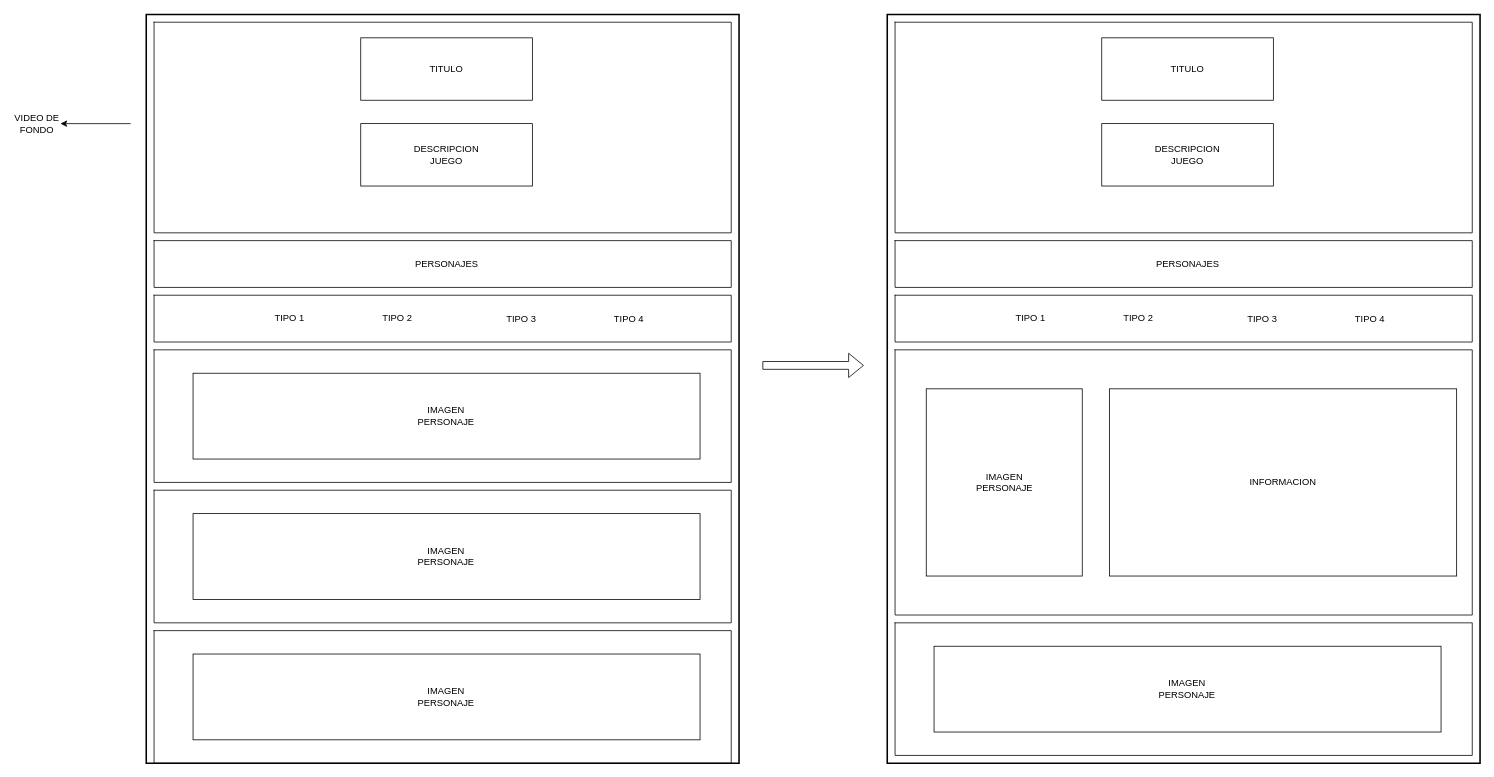
Above: Planning/planning.drawio in JershonEspitia/ProjectPageApex (draw.io), before the change. Source tidied: cells renumbered, new cells numbered last; positions are measured from the earlier drawing's top-left corner, leaving out a move shared by most shapes. Both pictures are drawn from the tidied source at 78%, with x=0, y=0 at pixel (13, 14).
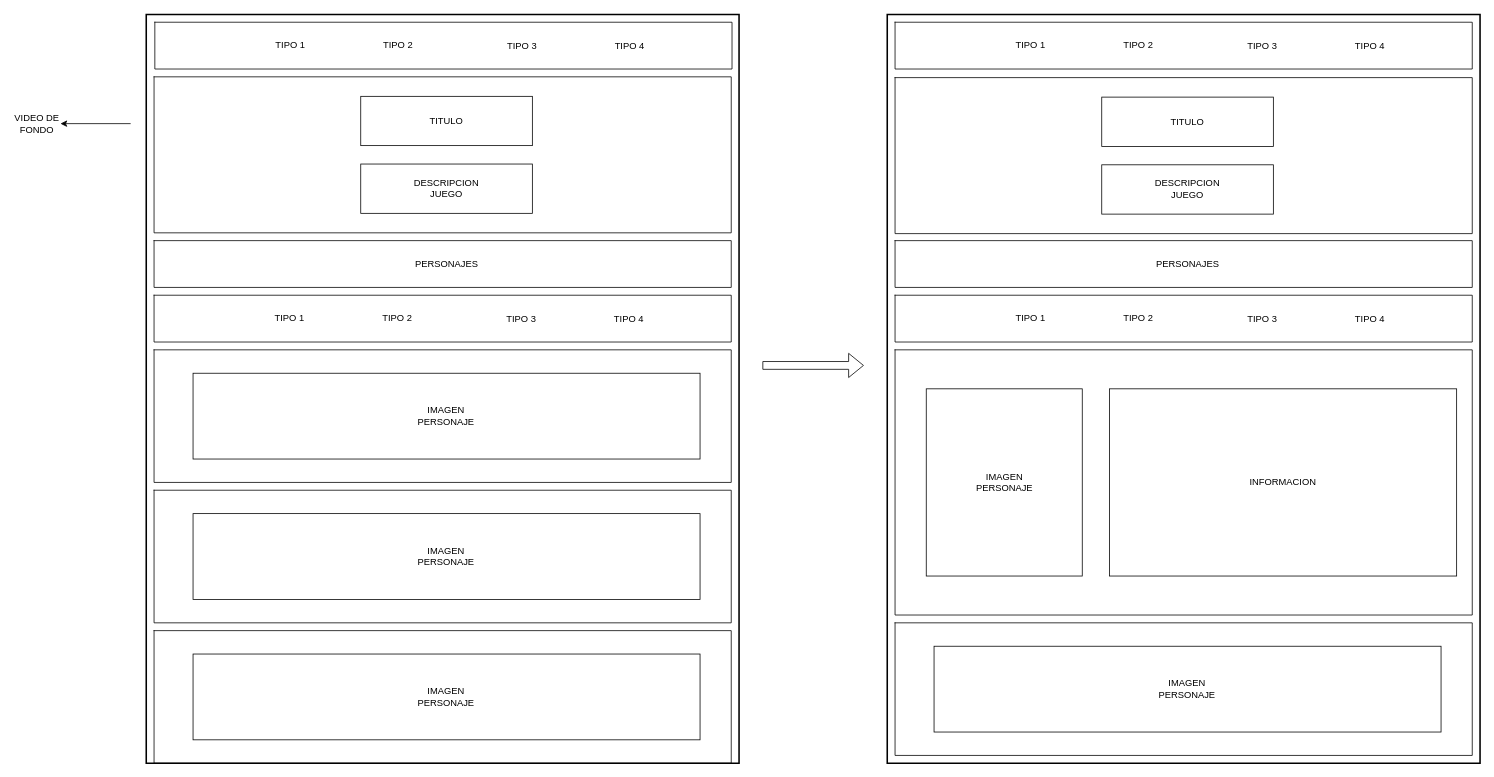
The same diagram, later.

Diff of the diagram source:
```diff
@@
     <mxCell id="5" style="shape=table;startSize=0;childLayout=tableLayout;rounded=0;strokeColor=default;strokeWidth=1;fillColor=none;" parent="1" vertex="1">
-      <mxGeometry x="180" y="10" width="740" height="270" as="geometry" />
+      <mxGeometry x="180" y="80" width="740" height="200" as="geometry" />
     </mxCell>
     <mxCell id="6" style="shape=tableRow;horizontal=0;startSize=0;swimlaneHead=0;swimlaneBody=0;top=0;left=0;bottom=0;right=0;fillColor=none;rounded=0;strokeColor=default;strokeWidth=2;" parent="5" vertex="1">
-      <mxGeometry width="740" height="270" as="geometry" />
+      <mxGeometry width="740" height="200" as="geometry" />
     </mxCell>
     <mxCell id="7" style="shape=partialRectangle;html=1;whiteSpace=wrap;overflow=hidden;fillColor=none;top=0;left=0;bottom=0;right=0;rounded=0;strokeColor=default;strokeWidth=2;" parent="6" vertex="1">
-      <mxGeometry width="740" height="270" as="geometry" />
+      <mxGeometry width="740" height="200" as="geometry" />
     </mxCell>
     <mxCell id="8" style="group;" parent="1" vertex="1">
-      <mxGeometry x="445" y="30" width="220" height="190" as="geometry" />
+      <mxGeometry x="445" y="105" width="220" height="150" as="geometry" />
     </mxCell>
     <mxCell id="9" style="group;" parent="8" vertex="1">
-      <mxGeometry width="220" height="80" as="geometry" />
+      <mxGeometry width="220" height="63.2" as="geometry" />
     </mxCell>
     <mxCell id="10" style="rounded=0;whiteSpace=wrap;html=1;fillColor=none;" parent="9" vertex="1">
-      <mxGeometry width="220" height="80" as="geometry" />
+      <mxGeometry width="220" height="63.2" as="geometry" />
     </mxCell>
     <mxCell id="11" value="TITULO" style="text;html=1;strokeColor=none;fillColor=none;align=center;verticalAlign=middle;whiteSpace=wrap;rounded=0;" parent="9" vertex="1">
-      <mxGeometry x="80" y="25" width="60" height="30" as="geometry" />
+      <mxGeometry x="80" y="19.7" width="60" height="23.7" as="geometry" />
     </mxCell>
     <mxCell id="12" style="group;" parent="8" vertex="1">
-      <mxGeometry y="110" width="220" height="80" as="geometry" />
+      <mxGeometry y="86.8" width="220" height="63.2" as="geometry" />
     </mxCell>
     <mxCell id="13" style="rounded=0;whiteSpace=wrap;html=1;fillColor=none;" parent="12" vertex="1">
-      <mxGeometry width="220" height="80" as="geometry" />
+      <mxGeometry width="220" height="63.2" as="geometry" />
     </mxCell>
     <mxCell id="14" value="DESCRIPCION JUEGO" style="text;html=1;strokeColor=none;fillColor=none;align=center;verticalAlign=middle;whiteSpace=wrap;rounded=0;" parent="12" vertex="1">
-      <mxGeometry x="80" y="25" width="60" height="30" as="geometry" />
+      <mxGeometry x="80" y="19.7" width="60" height="23.7" as="geometry" />
     </mxCell>
@@
-    <mxCell id="21" style="shape=table;startSize=0;childLayout=tableLayout;rounded=0;strokeColor=default;strokeWidth=1;fillColor=none;" parent="1" vertex="1">
-      <mxGeometry x="180" y="360" width="740" height="60" as="geometry" />
-    </mxCell>
-    <mxCell id="22" style="shape=tableRow;horizontal=0;startSize=0;swimlaneHead=0;swimlaneBody=0;top=0;left=0;bottom=0;right=0;fillColor=none;rounded=0;strokeColor=default;strokeWidth=2;" parent="21" vertex="1">
-      <mxGeometry width="740" height="60" as="geometry" />
-    </mxCell>
-    <mxCell id="23" style="shape=partialRectangle;html=1;whiteSpace=wrap;overflow=hidden;fillColor=none;top=0;left=0;bottom=0;right=0;rounded=0;strokeColor=default;strokeWidth=2;" parent="22" vertex="1">
-      <mxGeometry width="740" height="60" as="geometry" />
-    </mxCell>
-    <mxCell id="24" value="TIPO 1" style="text;html=1;strokeColor=none;fillColor=none;align=center;verticalAlign=middle;whiteSpace=wrap;rounded=0;" parent="1" vertex="1">
-      <mxGeometry x="293" y="375" width="122" height="30" as="geometry" />
-    </mxCell>
-    <mxCell id="25" value="TIPO 2" style="text;html=1;strokeColor=none;fillColor=none;align=center;verticalAlign=middle;whiteSpace=wrap;rounded=0;" parent="1" vertex="1">
-      <mxGeometry x="431" y="375" width="122" height="30" as="geometry" />
-    </mxCell>
-    <mxCell id="26" value="TIPO 4" style="text;html=1;strokeColor=none;fillColor=none;align=center;verticalAlign=middle;whiteSpace=wrap;rounded=0;" parent="1" vertex="1">
-      <mxGeometry x="728" y="376" width="122" height="30" as="geometry" />
-    </mxCell>
-    <mxCell id="27" value="TIPO 3" style="text;html=1;strokeColor=none;fillColor=none;align=center;verticalAlign=middle;whiteSpace=wrap;rounded=0;" parent="1" vertex="1">
-      <mxGeometry x="590" y="376" width="122" height="30" as="geometry" />
-    </mxCell>
@@
-    <mxCell id="31" style="shape=table;startSize=0;childLayout=tableLayout;rounded=0;strokeColor=default;strokeWidth=1;fillColor=none;" parent="1" vertex="1">
-      <mxGeometry x="1130" y="10" width="740" height="270" as="geometry" />
-    </mxCell>
-    <mxCell id="32" style="shape=tableRow;horizontal=0;startSize=0;swimlaneHead=0;swimlaneBody=0;top=0;left=0;bottom=0;right=0;fillColor=none;rounded=0;strokeColor=default;strokeWidth=2;" parent="31" vertex="1">
-      <mxGeometry width="740" height="270" as="geometry" />
-    </mxCell>
-    <mxCell id="33" style="shape=partialRectangle;html=1;whiteSpace=wrap;overflow=hidden;fillColor=none;top=0;left=0;bottom=0;right=0;rounded=0;strokeColor=default;strokeWidth=2;" parent="32" vertex="1">
-      <mxGeometry width="740" height="270" as="geometry" />
-    </mxCell>
-    <mxCell id="34" style="group;" parent="1" vertex="1">
-      <mxGeometry x="1395" y="30" width="220" height="190" as="geometry" />
-    </mxCell>
-    <mxCell id="35" style="group;" parent="34" vertex="1">
-      <mxGeometry width="220" height="80" as="geometry" />
-    </mxCell>
-    <mxCell id="36" style="rounded=0;whiteSpace=wrap;html=1;fillColor=none;" parent="35" vertex="1">
-      <mxGeometry width="220" height="80" as="geometry" />
-    </mxCell>
-    <mxCell id="37" value="TITULO" style="text;html=1;strokeColor=none;fillColor=none;align=center;verticalAlign=middle;whiteSpace=wrap;rounded=0;" parent="35" vertex="1">
-      <mxGeometry x="80" y="25" width="60" height="30" as="geometry" />
-    </mxCell>
-    <mxCell id="38" style="group;" parent="34" vertex="1">
-      <mxGeometry y="110" width="220" height="80" as="geometry" />
-    </mxCell>
-    <mxCell id="39" style="rounded=0;whiteSpace=wrap;html=1;fillColor=none;" parent="38" vertex="1">
-      <mxGeometry width="220" height="80" as="geometry" />
-    </mxCell>
-    <mxCell id="40" value="DESCRIPCION JUEGO" style="text;html=1;strokeColor=none;fillColor=none;align=center;verticalAlign=middle;whiteSpace=wrap;rounded=0;" parent="38" vertex="1">
-      <mxGeometry x="80" y="25" width="60" height="30" as="geometry" />
-    </mxCell>
@@
+    <mxCell id="90" style="shape=table;startSize=0;childLayout=tableLayout;rounded=0;strokeColor=default;strokeWidth=1;fillColor=none;" parent="1" vertex="1">
+      <mxGeometry x="1130" y="81" width="740" height="200" as="geometry" />
+    </mxCell>
+    <mxCell id="91" style="shape=tableRow;horizontal=0;startSize=0;swimlaneHead=0;swimlaneBody=0;top=0;left=0;bottom=0;right=0;fillColor=none;rounded=0;strokeColor=default;strokeWidth=2;" parent="90" vertex="1">
+      <mxGeometry width="740" height="200" as="geometry" />
+    </mxCell>
+    <mxCell id="92" style="shape=partialRectangle;html=1;whiteSpace=wrap;overflow=hidden;fillColor=none;top=0;left=0;bottom=0;right=0;rounded=0;strokeColor=default;strokeWidth=2;" parent="91" vertex="1">
+      <mxGeometry width="740" height="200" as="geometry" />
+    </mxCell>
+    <mxCell id="93" style="group;" parent="1" vertex="1">
+      <mxGeometry x="1395" y="106" width="220" height="150" as="geometry" />
+    </mxCell>
+    <mxCell id="94" style="group;" parent="93" vertex="1">
+      <mxGeometry width="220" height="63.2" as="geometry" />
+    </mxCell>
+    <mxCell id="95" style="rounded=0;whiteSpace=wrap;html=1;fillColor=none;" parent="94" vertex="1">
+      <mxGeometry width="220" height="63.2" as="geometry" />
+    </mxCell>
+    <mxCell id="37" value="TITULO" style="text;html=1;strokeColor=none;fillColor=none;align=center;verticalAlign=middle;whiteSpace=wrap;rounded=0;" parent="94" vertex="1">
+      <mxGeometry x="80" y="19.7" width="60" height="23.7" as="geometry" />
+    </mxCell>
+    <mxCell id="96" style="group;" parent="93" vertex="1">
+      <mxGeometry y="86.8" width="220" height="63.2" as="geometry" />
+    </mxCell>
+    <mxCell id="97" style="rounded=0;whiteSpace=wrap;html=1;fillColor=none;" parent="96" vertex="1">
+      <mxGeometry width="220" height="63.2" as="geometry" />
+    </mxCell>
+    <mxCell id="40" value="DESCRIPCION JUEGO" style="text;html=1;strokeColor=none;fillColor=none;align=center;verticalAlign=middle;whiteSpace=wrap;rounded=0;" parent="96" vertex="1">
+      <mxGeometry x="80" y="19.7" width="60" height="23.7" as="geometry" />
+    </mxCell>
+    <mxCell id="98" style="group;" parent="1" vertex="1">
+      <mxGeometry x="180" y="360" width="740" height="60" as="geometry" />
+    </mxCell>
+    <mxCell id="21" style="shape=table;startSize=0;childLayout=tableLayout;rounded=0;strokeColor=default;strokeWidth=1;fillColor=none;" parent="98" vertex="1">
+      <mxGeometry width="740" height="60" as="geometry" />
+    </mxCell>
+    <mxCell id="22" style="shape=tableRow;horizontal=0;startSize=0;swimlaneHead=0;swimlaneBody=0;top=0;left=0;bottom=0;right=0;fillColor=none;rounded=0;strokeColor=default;strokeWidth=2;" parent="21" vertex="1">
+      <mxGeometry width="740" height="60" as="geometry" />
+    </mxCell>
+    <mxCell id="23" style="shape=partialRectangle;html=1;whiteSpace=wrap;overflow=hidden;fillColor=none;top=0;left=0;bottom=0;right=0;rounded=0;strokeColor=default;strokeWidth=2;" parent="22" vertex="1">
+      <mxGeometry width="740" height="60" as="geometry" />
+    </mxCell>
+    <mxCell id="99" style="group;" parent="98" vertex="1">
+      <mxGeometry x="113" y="15" width="557" height="31" as="geometry" />
+    </mxCell>
+    <mxCell id="24" value="TIPO 1" style="text;html=1;strokeColor=none;fillColor=none;align=center;verticalAlign=middle;whiteSpace=wrap;rounded=0;" parent="99" vertex="1">
+      <mxGeometry width="122" height="30" as="geometry" />
+    </mxCell>
+    <mxCell id="25" value="TIPO 2" style="text;html=1;strokeColor=none;fillColor=none;align=center;verticalAlign=middle;whiteSpace=wrap;rounded=0;" parent="99" vertex="1">
+      <mxGeometry x="138" width="122" height="30" as="geometry" />
+    </mxCell>
+    <mxCell id="26" value="TIPO 4" style="text;html=1;strokeColor=none;fillColor=none;align=center;verticalAlign=middle;whiteSpace=wrap;rounded=0;" parent="99" vertex="1">
+      <mxGeometry x="435" y="1" width="122" height="30" as="geometry" />
+    </mxCell>
+    <mxCell id="27" value="TIPO 3" style="text;html=1;strokeColor=none;fillColor=none;align=center;verticalAlign=middle;whiteSpace=wrap;rounded=0;" parent="99" vertex="1">
+      <mxGeometry x="297" y="1" width="122" height="30" as="geometry" />
+    </mxCell>
+    <mxCell id="100" style="group;" parent="1" vertex="1">
+      <mxGeometry x="181" y="10" width="740" height="60" as="geometry" />
+    </mxCell>
+    <mxCell id="101" style="shape=table;startSize=0;childLayout=tableLayout;rounded=0;strokeColor=default;strokeWidth=1;fillColor=none;" parent="100" vertex="1">
+      <mxGeometry width="740" height="60" as="geometry" />
+    </mxCell>
+    <mxCell id="102" style="shape=tableRow;horizontal=0;startSize=0;swimlaneHead=0;swimlaneBody=0;top=0;left=0;bottom=0;right=0;fillColor=none;rounded=0;strokeColor=default;strokeWidth=2;" parent="101" vertex="1">
+      <mxGeometry width="740" height="60" as="geometry" />
+    </mxCell>
+    <mxCell id="103" style="shape=partialRectangle;html=1;whiteSpace=wrap;overflow=hidden;fillColor=none;top=0;left=0;bottom=0;right=0;rounded=0;strokeColor=default;strokeWidth=2;" parent="102" vertex="1">
+      <mxGeometry width="740" height="60" as="geometry" />
+    </mxCell>
+    <mxCell id="104" style="group;" parent="100" vertex="1">
+      <mxGeometry x="113" y="15" width="557" height="31" as="geometry" />
+    </mxCell>
+    <mxCell id="105" value="TIPO 1" style="text;html=1;strokeColor=none;fillColor=none;align=center;verticalAlign=middle;whiteSpace=wrap;rounded=0;" parent="104" vertex="1">
+      <mxGeometry width="122" height="30" as="geometry" />
+    </mxCell>
+    <mxCell id="106" value="TIPO 2" style="text;html=1;strokeColor=none;fillColor=none;align=center;verticalAlign=middle;whiteSpace=wrap;rounded=0;" parent="104" vertex="1">
+      <mxGeometry x="138" width="122" height="30" as="geometry" />
+    </mxCell>
+    <mxCell id="107" value="TIPO 4" style="text;html=1;strokeColor=none;fillColor=none;align=center;verticalAlign=middle;whiteSpace=wrap;rounded=0;" parent="104" vertex="1">
+      <mxGeometry x="435" y="1" width="122" height="30" as="geometry" />
+    </mxCell>
+    <mxCell id="108" value="TIPO 3" style="text;html=1;strokeColor=none;fillColor=none;align=center;verticalAlign=middle;whiteSpace=wrap;rounded=0;" parent="104" vertex="1">
+      <mxGeometry x="297" y="1" width="122" height="30" as="geometry" />
+    </mxCell>
+    <mxCell id="109" style="group;" parent="1" vertex="1">
+      <mxGeometry x="1130" y="10" width="740" height="60" as="geometry" />
+    </mxCell>
+    <mxCell id="110" style="shape=table;startSize=0;childLayout=tableLayout;rounded=0;strokeColor=default;strokeWidth=1;fillColor=none;" parent="109" vertex="1">
+      <mxGeometry width="740" height="60" as="geometry" />
+    </mxCell>
+    <mxCell id="111" style="shape=tableRow;horizontal=0;startSize=0;swimlaneHead=0;swimlaneBody=0;top=0;left=0;bottom=0;right=0;fillColor=none;rounded=0;strokeColor=default;strokeWidth=2;" parent="110" vertex="1">
+      <mxGeometry width="740" height="60" as="geometry" />
+    </mxCell>
+    <mxCell id="112" style="shape=partialRectangle;html=1;whiteSpace=wrap;overflow=hidden;fillColor=none;top=0;left=0;bottom=0;right=0;rounded=0;strokeColor=default;strokeWidth=2;" parent="111" vertex="1">
+      <mxGeometry width="740" height="60" as="geometry" />
+    </mxCell>
+    <mxCell id="113" style="group;" parent="109" vertex="1">
+      <mxGeometry x="113" y="15" width="557" height="31" as="geometry" />
+    </mxCell>
+    <mxCell id="114" value="TIPO 1" style="text;html=1;strokeColor=none;fillColor=none;align=center;verticalAlign=middle;whiteSpace=wrap;rounded=0;" parent="113" vertex="1">
+      <mxGeometry width="122" height="30" as="geometry" />
+    </mxCell>
+    <mxCell id="115" value="TIPO 2" style="text;html=1;strokeColor=none;fillColor=none;align=center;verticalAlign=middle;whiteSpace=wrap;rounded=0;" parent="113" vertex="1">
+      <mxGeometry x="138" width="122" height="30" as="geometry" />
+    </mxCell>
+    <mxCell id="116" value="TIPO 4" style="text;html=1;strokeColor=none;fillColor=none;align=center;verticalAlign=middle;whiteSpace=wrap;rounded=0;" parent="113" vertex="1">
+      <mxGeometry x="435" y="1" width="122" height="30" as="geometry" />
+    </mxCell>
+    <mxCell id="117" value="TIPO 3" style="text;html=1;strokeColor=none;fillColor=none;align=center;verticalAlign=middle;whiteSpace=wrap;rounded=0;" parent="113" vertex="1">
+      <mxGeometry x="297" y="1" width="122" height="30" as="geometry" />
+    </mxCell>
```
